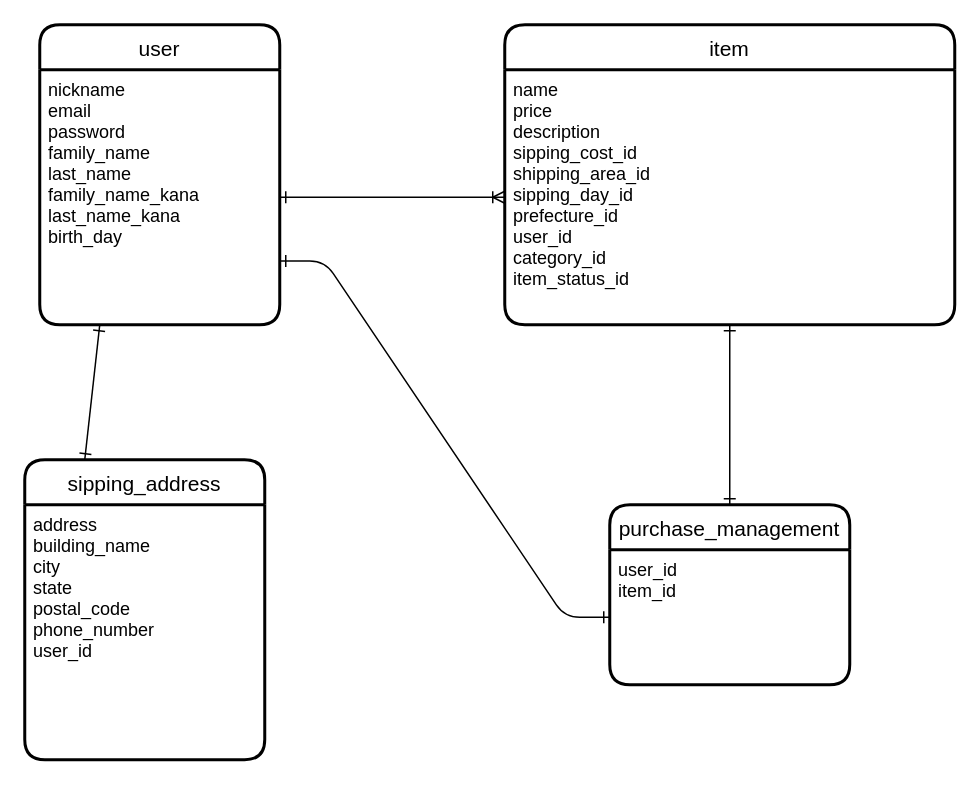
This is furima.dio from tommy24335/furima-35566, a draw.io file, before an edit. Source tidied: cells renumbered, new cells numbered last; positions are measured from the earlier drawing's top-left corner, leaving out a move shared by most shapes. Both pictures are drawn from the tidied source at 150%, with x=0, y=0 at pixel (24, 24).
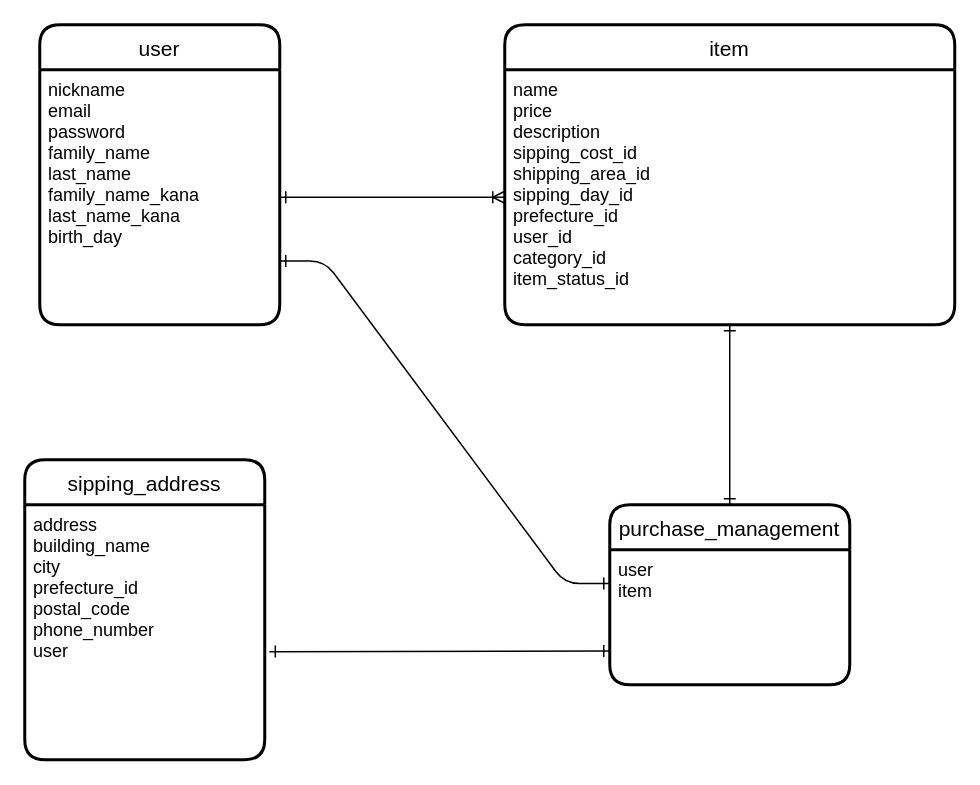
Above is the later version.

Commit message (it also covers changes not shown here):
ER図、READMEの修正２

The edit, as a diff of the source:
```diff
@@
 <mxGraphModel>
   <root>
     <mxCell id="0" />
     <mxCell id="1" parent="0" />
     <mxCell id="2" value="user" style="swimlane;horizontal=1;startSize=30;rounded=1;fontSize=14;fontStyle=0;strokeWidth=2;shadow=0;dashed=0;align=center;verticalAlign=middle;" parent="1" vertex="1">
       <mxGeometry x="10" width="160" height="200" as="geometry" />
     </mxCell>
     <mxCell id="3" value="nickname&#10;email&#10;password&#10;family_name&#10;last_name&#10;family_name_kana&#10;last_name_kana&#10;birth_day" style="align=left;strokeColor=none;fillColor=none;spacingLeft=4;fontSize=12;verticalAlign=top;" parent="2" vertex="1">
       <mxGeometry y="30" width="160" height="170" as="geometry" />
     </mxCell>
     <mxCell id="4" value="item" style="swimlane;horizontal=1;startSize=30;rounded=1;fontSize=14;fontStyle=0;strokeWidth=2;shadow=0;dashed=0;align=center;" parent="1" vertex="1">
       <mxGeometry x="320" width="300" height="200" as="geometry" />
     </mxCell>
     <mxCell id="5" value="name&#10;price&#10;description&#10;sipping_cost_id&#10;shipping_area_id&#10;sipping_day_id&#10;prefecture_id&#10;user_id&#10;category_id&#10;item_status_id" style="align=left;strokeColor=none;fillColor=none;spacingLeft=4;fontSize=12;verticalAlign=top;" parent="4" vertex="1">
       <mxGeometry y="30" width="300" height="170" as="geometry" />
     </mxCell>
     <mxCell id="6" style="edgeStyle=entityRelationEdgeStyle;fontSize=12;html=1;endArrow=ERoneToMany;startArrow=ERone;entryX=0;entryY=0.5;entryDx=0;entryDy=0;exitX=1;exitY=0.5;exitDx=0;exitDy=0;startFill=0;endFill=0;" parent="1" edge="1" source="3" target="5">
       <mxGeometry relative="1" as="geometry" />
     </mxCell>
     <mxCell id="7" value="sipping_address" style="swimlane;horizontal=1;startSize=30;rounded=1;fontSize=14;fontStyle=0;strokeWidth=2;shadow=0;dashed=0;align=center;" parent="1" vertex="1">
       <mxGeometry y="290" width="160" height="200" as="geometry" />
     </mxCell>
-    <mxCell id="8" value="address&#10;building_name&#10;city&#10;state&#10;postal_code&#10;phone_number&#10;user_id" style="align=left;strokeColor=none;fillColor=none;spacingLeft=4;fontSize=12;verticalAlign=top;" parent="7" vertex="1">
+    <mxCell id="8" value="address&#10;building_name&#10;city&#10;prefecture_id&#10;postal_code&#10;phone_number&#10;user" style="align=left;strokeColor=none;fillColor=none;spacingLeft=4;fontSize=12;verticalAlign=top;" parent="7" vertex="1">
       <mxGeometry y="30" width="160" height="170" as="geometry" />
     </mxCell>
     <mxCell id="9" value="purchase_management" style="swimlane;horizontal=1;startSize=30;rounded=1;fontSize=14;fontStyle=0;strokeWidth=2;shadow=0;dashed=0;align=center;" parent="1" vertex="1">
       <mxGeometry x="390" y="320" width="160" height="120" as="geometry" />
     </mxCell>
-    <mxCell id="10" value="user_id&#10;item_id" style="align=left;strokeColor=none;fillColor=none;spacingLeft=4;fontSize=12;verticalAlign=top;" parent="9" vertex="1">
+    <mxCell id="10" value="user&#10;item" style="align=left;strokeColor=none;fillColor=none;spacingLeft=4;fontSize=12;verticalAlign=top;" parent="9" vertex="1">
       <mxGeometry y="30" width="160" height="90" as="geometry" />
     </mxCell>
-    <mxCell id="11" style="fontSize=12;html=1;endArrow=ERone;endFill=0;exitX=0.25;exitY=0;exitDx=0;exitDy=0;entryX=0.25;entryY=1;entryDx=0;entryDy=0;startArrow=ERone;startFill=0;" parent="1" edge="1" source="7" target="3">
-      <mxGeometry relative="1" as="geometry" />
-    </mxCell>
     <mxCell id="12" style="fontSize=12;html=1;endArrow=ERone;endFill=0;exitX=0.5;exitY=0;exitDx=0;exitDy=0;entryX=0.5;entryY=1;entryDx=0;entryDy=0;startArrow=ERone;startFill=0;" parent="1" edge="1" source="9" target="5">
       <mxGeometry relative="1" as="geometry" />
     </mxCell>
-    <mxCell id="13" style="edgeStyle=entityRelationEdgeStyle;fontSize=12;html=1;endArrow=ERone;endFill=0;exitX=0;exitY=0.5;exitDx=0;exitDy=0;entryX=1;entryY=0.75;entryDx=0;entryDy=0;startArrow=ERone;startFill=0;" parent="1" edge="1" source="10" target="3">
+    <mxCell id="13" style="edgeStyle=entityRelationEdgeStyle;fontSize=12;html=1;endArrow=ERone;endFill=0;exitX=0;exitY=0.25;exitDx=0;exitDy=0;entryX=1;entryY=0.75;entryDx=0;entryDy=0;startArrow=ERone;startFill=0;" parent="1" edge="1" source="10" target="3">
       <mxGeometry relative="1" as="geometry" />
     </mxCell>
+    <mxCell id="14" style="fontSize=12;html=1;endArrow=ERone;endFill=1;entryX=0;entryY=0.75;entryDx=0;entryDy=0;exitX=1.019;exitY=0.576;exitDx=0;exitDy=0;exitPerimeter=0;startArrow=ERone;startFill=0;" parent="1" edge="1" source="8" target="10">
+      <mxGeometry relative="1" as="geometry" />
+    </mxCell>
   </root>
 </mxGraphModel>
```
